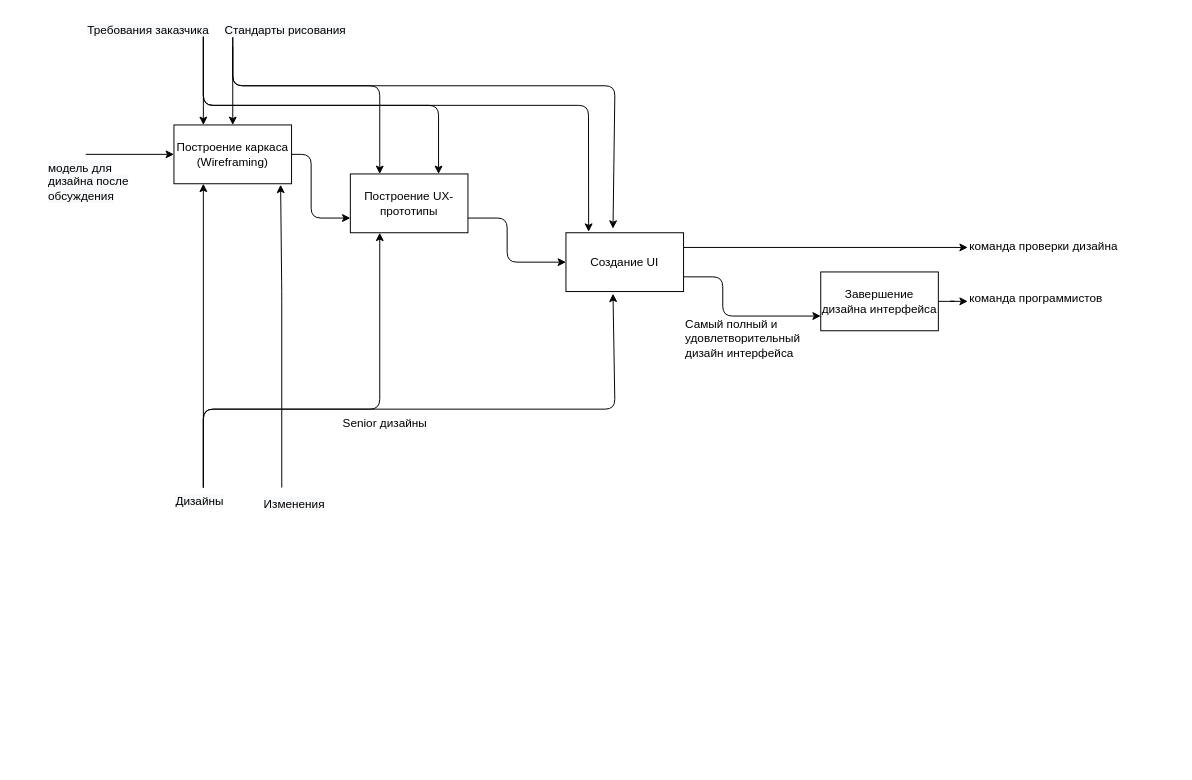
Above: page "A2" (4 of 8) of Biểu đồ không có tiêu đề.drawio in quyettranvu/Lab1_IDEF (draw.io), before the change. Source tidied: cells renumbered, new cells numbered last; positions are measured from the earlier drawing's top-left corner, leaving out a move shared by most shapes. Both pictures are drawn from the tidied source at 98%, with x=0, y=0 at pixel (46, 17).
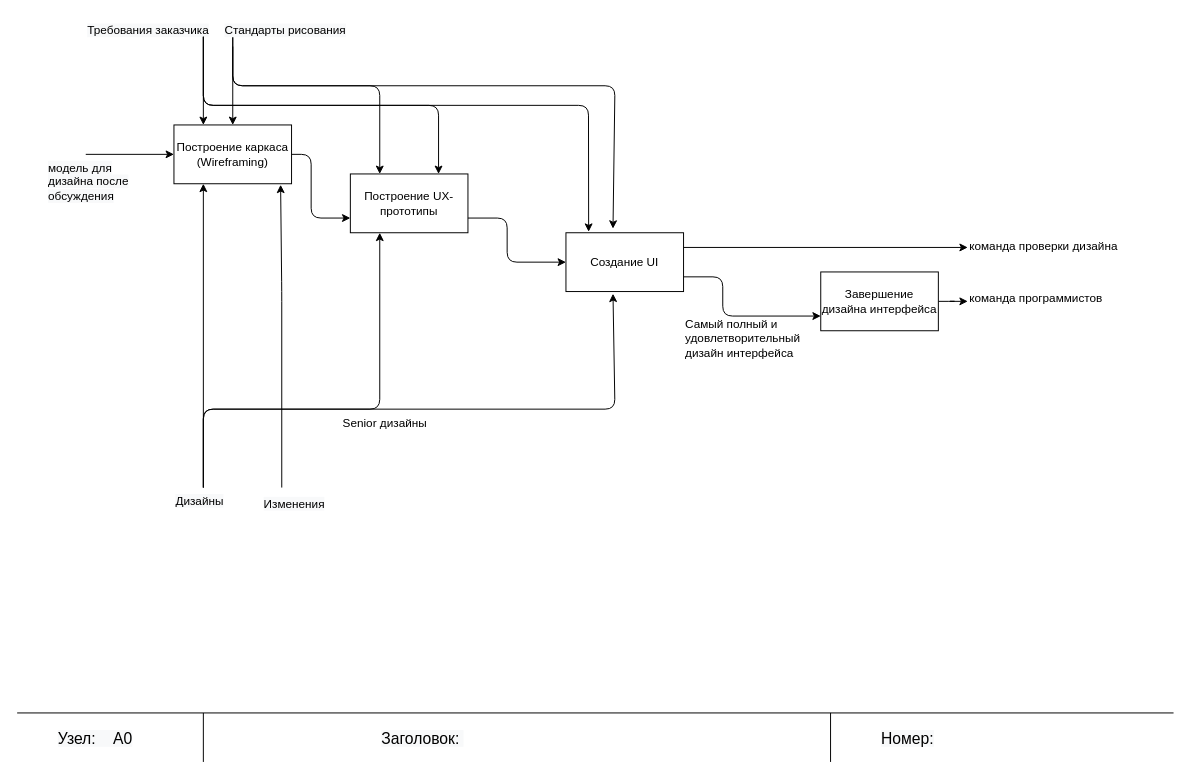
The same page after the edit.

Diff of the diagram source:
```diff
@@
+    <mxCell id="31" style="endArrow=none;html=1;rounded=0;fontSize=16;" parent="1" edge="1">
+      <mxGeometry relative="1" as="geometry">
+        <mxPoint x="-30" y="710" as="sourcePoint" />
+        <mxPoint x="1150" y="710" as="targetPoint" />
+      </mxGeometry>
+    </mxCell>
+    <mxCell id="32" style="endArrow=none;html=1;rounded=0;fontSize=16;" parent="1" edge="1">
+      <mxGeometry relative="1" as="geometry">
+        <mxPoint x="160" y="760" as="sourcePoint" />
+        <mxPoint x="160" y="710" as="targetPoint" />
+      </mxGeometry>
+    </mxCell>
+    <mxCell id="33" style="endArrow=none;html=1;rounded=0;fontSize=16;" parent="1" edge="1">
+      <mxGeometry relative="1" as="geometry">
+        <mxPoint x="800" y="760" as="sourcePoint" />
+        <mxPoint x="800" y="710" as="targetPoint" />
+      </mxGeometry>
+    </mxCell>
+    <mxCell id="34" value="&lt;span style=&quot;color: rgb(0, 0, 0); font-family: Helvetica; font-size: 16px; font-style: normal; font-variant-ligatures: normal; font-variant-caps: normal; font-weight: 400; letter-spacing: normal; orphans: 2; text-align: center; text-indent: 0px; text-transform: none; widows: 2; word-spacing: 0px; -webkit-text-stroke-width: 0px; background-color: rgb(248, 249, 250); text-decoration-thickness: initial; text-decoration-style: initial; text-decoration-color: initial; float: none; display: inline !important;&quot;&gt;Узел:&amp;nbsp; &amp;nbsp; A0&lt;/span&gt;" style="text;whiteSpace=wrap;html=1;fontSize=14;" parent="1" vertex="1">
+      <mxGeometry x="10" y="720" width="110" height="40" as="geometry" />
+    </mxCell>
+    <mxCell id="35" value="&lt;span style=&quot;color: rgb(0, 0, 0); font-family: Helvetica; font-size: 16px; font-style: normal; font-variant-ligatures: normal; font-variant-caps: normal; font-weight: 400; letter-spacing: normal; orphans: 2; text-align: center; text-indent: 0px; text-transform: none; widows: 2; word-spacing: 0px; -webkit-text-stroke-width: 0px; background-color: rgb(248, 249, 250); text-decoration-thickness: initial; text-decoration-style: initial; text-decoration-color: initial; float: none; display: inline !important;&quot;&gt;Заголовок:&amp;nbsp;&lt;/span&gt;" style="text;whiteSpace=wrap;html=1;fontSize=14;" parent="1" vertex="1">
+      <mxGeometry x="340" y="720" width="120" height="40" as="geometry" />
+    </mxCell>
+    <mxCell id="36" value="&lt;span style=&quot;color: rgb(0, 0, 0); font-family: Helvetica; font-size: 16px; font-style: normal; font-variant-ligatures: normal; font-variant-caps: normal; font-weight: 400; letter-spacing: normal; orphans: 2; text-align: center; text-indent: 0px; text-transform: none; widows: 2; word-spacing: 0px; -webkit-text-stroke-width: 0px; background-color: rgb(248, 249, 250); text-decoration-thickness: initial; text-decoration-style: initial; text-decoration-color: initial; float: none; display: inline !important;&quot;&gt;Номер:&lt;/span&gt;" style="text;whiteSpace=wrap;html=1;fontSize=14;" parent="1" vertex="1">
+      <mxGeometry x="850" y="720" width="90" height="40" as="geometry" />
+    </mxCell>
```
